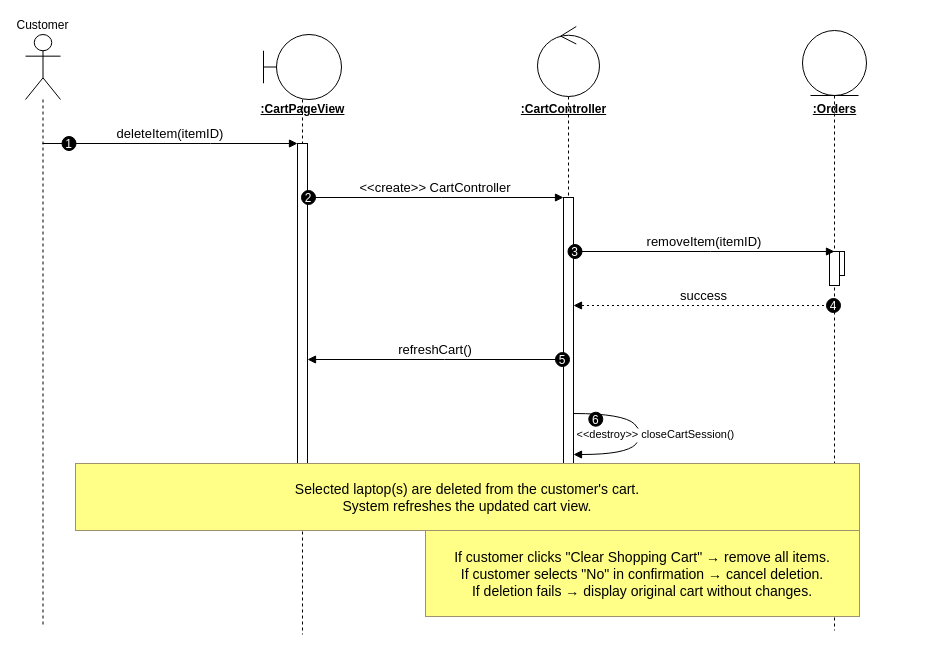
auphong2707/PTTKHT-Final-Report keeps this draw.io diagram as Sequence_Diagram/UC_8_DeleteLaptopFromCart.drawio. Above is the earlier version. Source tidied: cells renumbered, new cells numbered last; positions are measured from the earlier drawing's top-left corner, leaving out a move shared by most shapes. Both pictures are drawn from the tidied source at 100%, with x=0, y=0 at pixel (25, 26).
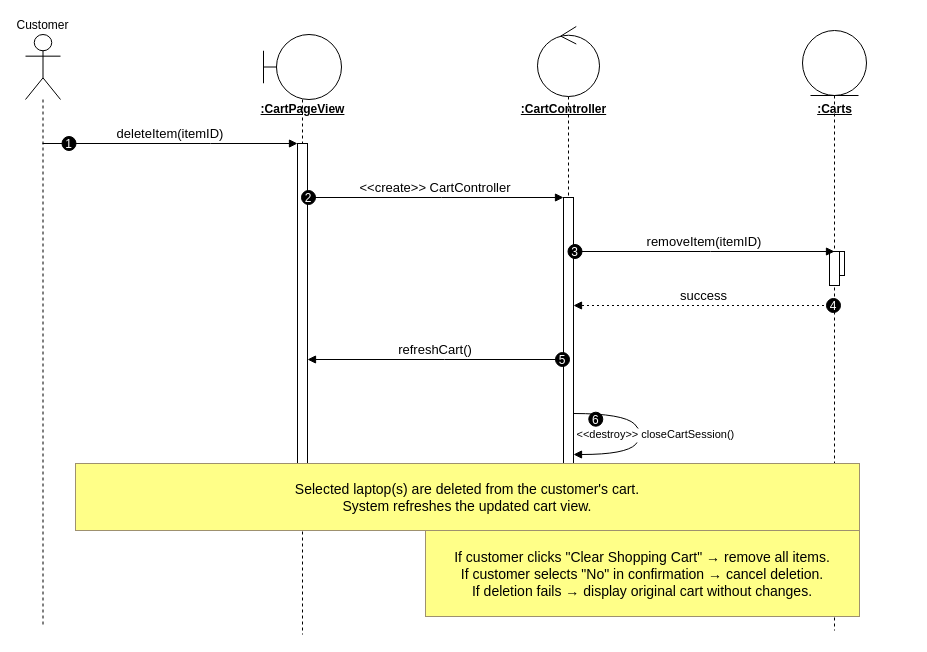
The same diagram, later.

The edit, as a diff of the source:
```diff
@@
-    <mxCell id="12" value="&lt;u&gt;&lt;b&gt;:Orders&lt;/b&gt;&lt;/u&gt;" style="text;html=1;align=center;verticalAlign=middle;" parent="1" vertex="1">
+    <mxCell id="12" value="&lt;u&gt;&lt;b&gt;:Carts&lt;/b&gt;&lt;/u&gt;" style="text;html=1;align=center;verticalAlign=middle;" parent="1" vertex="1">
       <mxGeometry x="734" y="73" width="150" height="20" as="geometry" />
     </mxCell>
```
